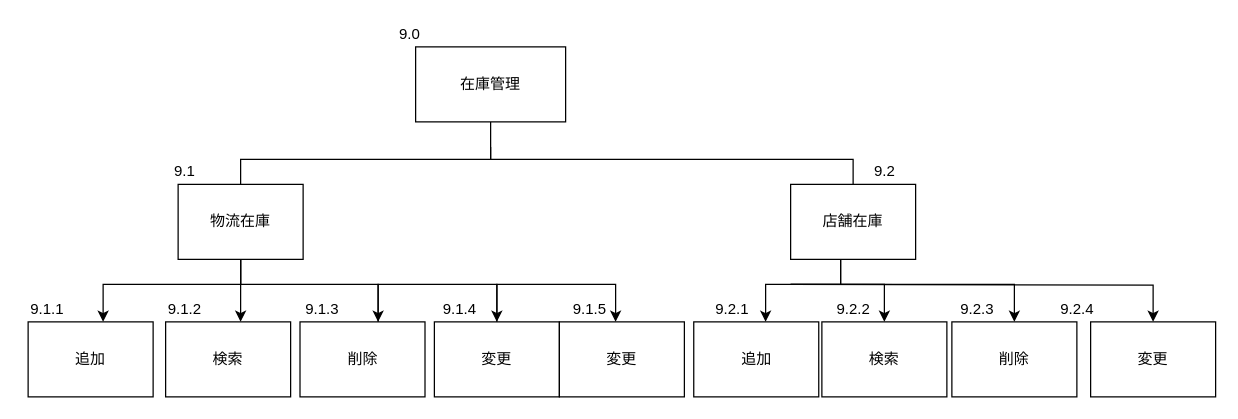
Before: サブシステム構造図/在庫管理.drawio in Yamanin3/system-devel, a draw.io diagram. Source tidied: cells renumbered, new cells numbered last; positions are measured from the earlier drawing's top-left corner, leaving out a move shared by most shapes. Both pictures are drawn from the tidied source at 125%, with x=0, y=0 at pixel (21, 21).
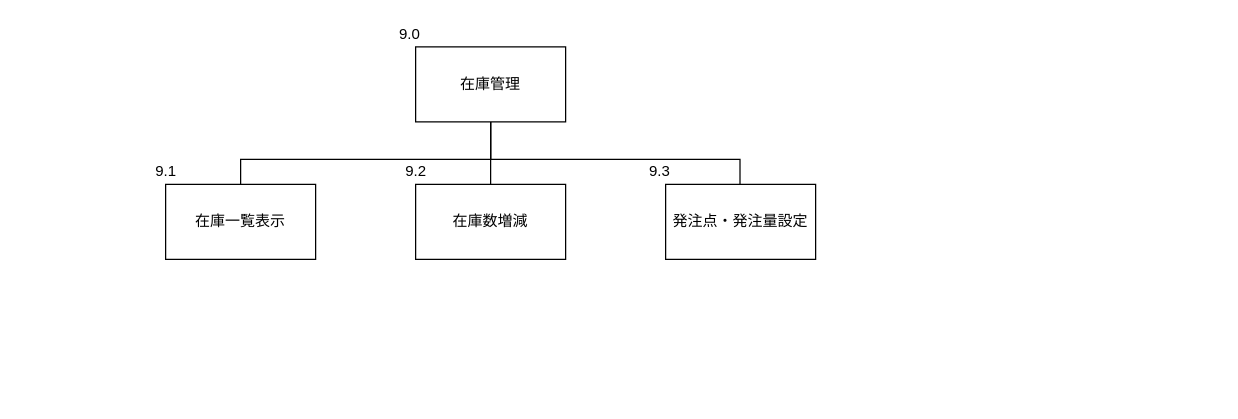
The same diagram, later.

Commit message:
在庫管理サブシステムを修正

Unchanged cells that the change refers to:
```xml
<mxCell id="2" value="在庫管理" style="whiteSpace=wrap;html=1;align=center;" parent="1" vertex="1">
  <mxGeometry x="315" y="20" width="120" height="60" as="geometry" />
</mxCell>
```

Diff of the diagram source:
```diff
@@
-    <mxCell id="3" style="edgeStyle=orthogonalEdgeStyle;rounded=0;jettySize=auto;html=1;" parent="1" edge="1" source="5" target="11">
-      <mxGeometry relative="1" as="geometry">
-        <Array as="points">
-          <mxPoint x="655" y="210" />
-          <mxPoint x="595" y="210" />
-        </Array>
-      </mxGeometry>
-    </mxCell>
-    <mxCell id="4" style="edgeStyle=orthogonalEdgeStyle;rounded=0;jettySize=auto;html=1;" parent="1" edge="1" source="5" target="7">
-      <mxGeometry relative="1" as="geometry">
-        <Array as="points">
-          <mxPoint x="655" y="210" />
-          <mxPoint x="794" y="210" />
-        </Array>
-      </mxGeometry>
-    </mxCell>
-    <mxCell id="5" value="店舗在庫" style="whiteSpace=wrap;html=1;align=center;verticalAlign=middle;" parent="1" vertex="1">
-      <mxGeometry x="615" y="130" width="100" height="60" as="geometry" />
-    </mxCell>
-    <mxCell id="6" style="edgeStyle=orthogonalEdgeStyle;rounded=0;jettySize=auto;html=1;" parent="1" edge="1" target="9">
-      <mxGeometry relative="1" as="geometry">
-        <mxPoint x="615" y="210" as="sourcePoint" />
-      </mxGeometry>
-    </mxCell>
-    <mxCell id="7" value="削除" style="whiteSpace=wrap;html=1;align=center;verticalAlign=middle;" parent="1" vertex="1">
-      <mxGeometry x="744" y="240" width="100" height="60" as="geometry" />
-    </mxCell>
-    <mxCell id="8" value="9.2.3" style="text;html=1;align=center;verticalAlign=middle;fillColor=none;strokeColor=none;rounded=0;" parent="7" vertex="1">
-      <mxGeometry y="-20" width="40" height="20" as="geometry" />
-    </mxCell>
-    <mxCell id="9" value="変更" style="whiteSpace=wrap;html=1;align=center;verticalAlign=middle;" parent="1" vertex="1">
-      <mxGeometry x="855" y="240" width="100" height="60" as="geometry" />
-    </mxCell>
-    <mxCell id="10" style="edgeStyle=orthogonalEdgeStyle;rounded=0;jettySize=auto;html=1;" parent="1" edge="1" target="12">
-      <mxGeometry relative="1" as="geometry">
-        <mxPoint x="615" y="210" as="sourcePoint" />
-        <Array as="points">
-          <mxPoint x="690" y="210" />
-        </Array>
-      </mxGeometry>
-    </mxCell>
-    <mxCell id="11" value="追加" style="whiteSpace=wrap;html=1;align=center;verticalAlign=middle;" parent="1" vertex="1">
-      <mxGeometry x="537.5" y="240" width="100" height="60" as="geometry" />
-    </mxCell>
-    <mxCell id="12" value="検索" style="whiteSpace=wrap;html=1;align=center;verticalAlign=middle;" parent="1" vertex="1">
-      <mxGeometry x="640" y="240" width="100" height="60" as="geometry" />
-    </mxCell>
-    <mxCell id="13" style="edgeStyle=elbowEdgeStyle;elbow=vertical;startArrow=none;endArrow=none;rounded=0;" parent="1" edge="1" target="5">
-      <mxGeometry relative="1" as="geometry">
-        <mxPoint x="375" y="100" as="sourcePoint" />
-        <Array as="points">
-          <mxPoint x="225" y="110" />
-          <mxPoint x="375" y="110" />
-          <mxPoint x="295" y="110" />
-          <mxPoint x="385" y="110" />
-        </Array>
-      </mxGeometry>
-    </mxCell>
-    <mxCell id="14" style="edgeStyle=orthogonalEdgeStyle;rounded=0;jettySize=auto;html=1;" parent="1" edge="1" source="16" target="23">
-      <mxGeometry relative="1" as="geometry">
-        <Array as="points">
-          <mxPoint x="175" y="210" />
-          <mxPoint x="65" y="210" />
-        </Array>
-      </mxGeometry>
-    </mxCell>
-    <mxCell id="15" style="edgeStyle=orthogonalEdgeStyle;rounded=0;jettySize=auto;html=1;" parent="1" edge="1" source="16" target="18">
-      <mxGeometry relative="1" as="geometry">
-        <Array as="points">
-          <mxPoint x="175" y="210" />
-          <mxPoint x="285" y="210" />
-        </Array>
-      </mxGeometry>
-    </mxCell>
-    <mxCell id="16" value="物流在庫" style="whiteSpace=wrap;html=1;align=center;verticalAlign=middle;" parent="1" vertex="1">
-      <mxGeometry x="125" y="130" width="100" height="60" as="geometry" />
-    </mxCell>
-    <mxCell id="17" style="edgeStyle=orthogonalEdgeStyle;rounded=0;jettySize=auto;html=1;" parent="1" edge="1" source="18" target="20">
-      <mxGeometry relative="1" as="geometry">
-        <Array as="points">
-          <mxPoint x="285" y="210" />
-        </Array>
-      </mxGeometry>
-    </mxCell>
-    <mxCell id="18" value="削除" style="whiteSpace=wrap;html=1;align=center;verticalAlign=middle;" parent="1" vertex="1">
-      <mxGeometry x="222.5" y="240" width="100" height="60" as="geometry" />
-    </mxCell>
-    <mxCell id="19" style="edgeStyle=orthogonalEdgeStyle;rounded=0;jettySize=auto;html=1;" parent="1" edge="1" source="20" target="21">
-      <mxGeometry relative="1" as="geometry">
-        <Array as="points">
-          <mxPoint x="380" y="210" />
-          <mxPoint x="475" y="210" />
-        </Array>
-      </mxGeometry>
-    </mxCell>
-    <mxCell id="20" value="変更" style="whiteSpace=wrap;html=1;align=center;verticalAlign=middle;" parent="1" vertex="1">
-      <mxGeometry x="330" y="240" width="100" height="60" as="geometry" />
-    </mxCell>
-    <mxCell id="21" value="変更" style="whiteSpace=wrap;html=1;align=center;verticalAlign=middle;" parent="1" vertex="1">
-      <mxGeometry x="430" y="240" width="100" height="60" as="geometry" />
-    </mxCell>
-    <mxCell id="22" style="edgeStyle=orthogonalEdgeStyle;rounded=0;jettySize=auto;html=1;exitX=0.5;exitY=1;exitDx=0;exitDy=0;" parent="1" edge="1" source="16" target="24">
-      <mxGeometry relative="1" as="geometry">
-        <Array as="points">
-          <mxPoint x="175" y="190" />
-        </Array>
-      </mxGeometry>
-    </mxCell>
-    <mxCell id="23" value="追加" style="whiteSpace=wrap;html=1;align=center;verticalAlign=middle;" parent="1" vertex="1">
-      <mxGeometry x="5" y="240" width="100" height="60" as="geometry" />
-    </mxCell>
-    <mxCell id="24" value="検索" style="whiteSpace=wrap;html=1;align=center;verticalAlign=middle;" parent="1" vertex="1">
-      <mxGeometry x="115" y="240" width="100" height="60" as="geometry" />
-    </mxCell>
-    <mxCell id="25" style="edgeStyle=elbowEdgeStyle;elbow=vertical;startArrow=none;endArrow=none;rounded=0;exitX=0.5;exitY=1;exitDx=0;exitDy=0;" parent="1" edge="1" source="2" target="16">
+    <mxCell id="25" style="edgeStyle=elbowEdgeStyle;elbow=vertical;startArrow=none;endArrow=none;rounded=0;exitX=0.5;exitY=1;exitDx=0;exitDy=0;" parent="1" edge="1" source="2">
       <mxGeometry relative="1" as="geometry">
+        <mxPoint x="175" y="130" as="targetPoint" />
         <Array as="points">
           <mxPoint x="375" y="110" />
           <mxPoint x="245" y="90" />
         </Array>
       </mxGeometry>
     </mxCell>
@@
+    <mxCell id="37" value="在庫一覧表示" style="whiteSpace=wrap;html=1;align=center;" parent="1" vertex="1">
+      <mxGeometry x="115" y="130" width="120" height="60" as="geometry" />
+    </mxCell>
+    <mxCell id="38" style="edgeStyle=elbowEdgeStyle;elbow=vertical;startArrow=none;endArrow=none;rounded=0;exitX=0.5;exitY=1;exitDx=0;exitDy=0;" parent="1" edge="1" source="2">
+      <mxGeometry relative="1" as="geometry">
+        <mxPoint x="375" y="130" as="targetPoint" />
+        <Array as="points">
+          <mxPoint x="575" y="110" />
+          <mxPoint x="445" y="90" />
+        </Array>
+      </mxGeometry>
+    </mxCell>
+    <mxCell id="39" value="在庫数増減" style="whiteSpace=wrap;html=1;align=center;" parent="1" vertex="1">
+      <mxGeometry x="315" y="130" width="120" height="60" as="geometry" />
+    </mxCell>
+    <mxCell id="40" value="発注点・発注量設定" style="whiteSpace=wrap;html=1;align=center;" parent="1" vertex="1">
+      <mxGeometry x="515" y="130" width="120" height="60" as="geometry" />
+    </mxCell>
+    <mxCell id="41" style="edgeStyle=elbowEdgeStyle;elbow=vertical;startArrow=none;endArrow=none;rounded=0;exitX=0.5;exitY=1;exitDx=0;exitDy=0;" parent="1" edge="1" source="2">
+      <mxGeometry relative="1" as="geometry">
+        <mxPoint x="574.5" y="130" as="targetPoint" />
+        <Array as="points">
+          <mxPoint x="774.5" y="110" />
+          <mxPoint x="644.5" y="90" />
+        </Array>
+      </mxGeometry>
+    </mxCell>
     <mxCell id="27" value="9.1" style="text;html=1;align=center;verticalAlign=middle;fillColor=none;strokeColor=none;rounded=0;" parent="1" vertex="1">
-      <mxGeometry x="115" y="110" width="30" height="20" as="geometry" />
+      <mxGeometry x="100" y="110" width="30" height="20" as="geometry" />
     </mxCell>
     <mxCell id="28" value="9.2" style="text;html=1;align=center;verticalAlign=middle;fillColor=none;strokeColor=none;rounded=0;" parent="1" vertex="1">
-      <mxGeometry x="675" y="110" width="30" height="20" as="geometry" />
+      <mxGeometry x="300" y="110" width="30" height="20" as="geometry" />
     </mxCell>
-    <mxCell id="29" value="9.1.1" style="text;html=1;align=center;verticalAlign=middle;fillColor=none;strokeColor=none;rounded=0;" parent="1" vertex="1">
-      <mxGeometry y="220" width="40" height="20" as="geometry" />
-    </mxCell>
-    <mxCell id="30" value="9.1.2" style="text;html=1;align=center;verticalAlign=middle;fillColor=none;strokeColor=none;rounded=0;" parent="1" vertex="1">
-      <mxGeometry x="110" y="220" width="40" height="20" as="geometry" />
-    </mxCell>
-    <mxCell id="31" value="9.1.3" style="text;html=1;align=center;verticalAlign=middle;fillColor=none;strokeColor=none;rounded=0;" parent="1" vertex="1">
-      <mxGeometry x="220" y="220" width="40" height="20" as="geometry" />
-    </mxCell>
-    <mxCell id="32" value="9.1.4&lt;br&gt;" style="text;html=1;align=center;verticalAlign=middle;fillColor=none;strokeColor=none;rounded=0;" parent="1" vertex="1">
-      <mxGeometry x="330" y="220" width="40" height="20" as="geometry" />
-    </mxCell>
-    <mxCell id="33" value="9.2.1" style="text;html=1;align=center;verticalAlign=middle;fillColor=none;strokeColor=none;rounded=0;" parent="1" vertex="1">
-      <mxGeometry x="547.5" y="220" width="40" height="20" as="geometry" />
-    </mxCell>
-    <mxCell id="34" value="9.2.2" style="text;html=1;align=center;verticalAlign=middle;fillColor=none;strokeColor=none;rounded=0;" parent="1" vertex="1">
-      <mxGeometry x="645" y="220" width="40" height="20" as="geometry" />
-    </mxCell>
-    <mxCell id="35" value="9.2.4" style="text;html=1;align=center;verticalAlign=middle;fillColor=none;strokeColor=none;rounded=0;" parent="1" vertex="1">
-      <mxGeometry x="824" y="220" width="40" height="20" as="geometry" />
-    </mxCell>
-    <mxCell id="36" value="9.1.5" style="text;html=1;align=center;verticalAlign=middle;fillColor=none;strokeColor=none;rounded=0;" parent="1" vertex="1">
-      <mxGeometry x="434" y="220" width="40" height="20" as="geometry" />
-    </mxCell>
+    <mxCell id="42" value="9.3" style="text;html=1;align=center;verticalAlign=middle;fillColor=none;strokeColor=none;rounded=0;" parent="1" vertex="1">
+      <mxGeometry x="495" y="110" width="30" height="20" as="geometry" />
+    </mxCell>
```
